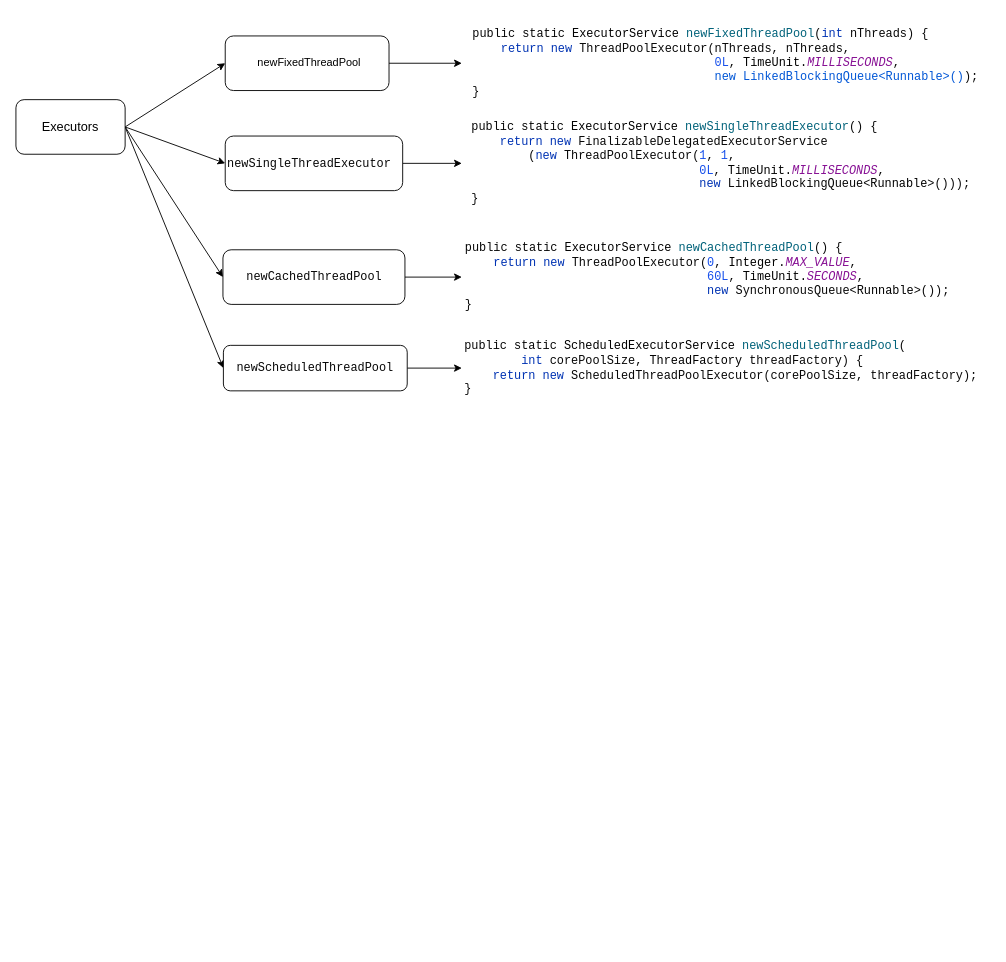
Above: Java线程池.drawio in chenxiaochuan72/draw (draw.io), before the change. Source tidied: cells renumbered, new cells numbered last; positions are measured from the earlier drawing's top-left corner, leaving out a move shared by most shapes. Both pictures are drawn from the tidied source at 91%, with x=0, y=0 at pixel (15, 17).
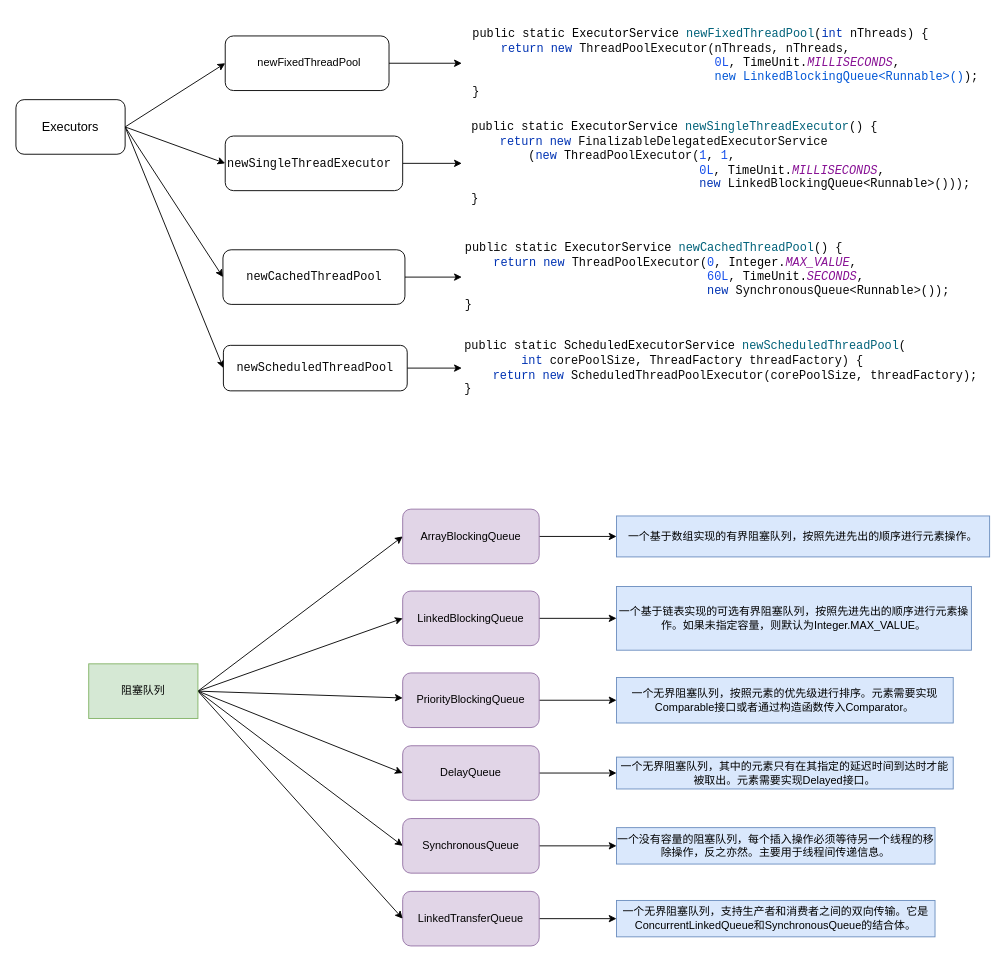
The same diagram, later.

Commit message:
更新Java线程池.drawio

The edit, as a diff of the source:
```diff
@@
+    <mxCell id="21" style="edgeStyle=orthogonalEdgeStyle;rounded=0;jettySize=auto;html=1;exitX=1;exitY=0.5;exitDx=0;exitDy=0;entryX=0;entryY=0.5;entryDx=0;entryDy=0;" parent="1" edge="1" source="22" target="40">
+      <mxGeometry relative="1" as="geometry" />
+    </mxCell>
+    <mxCell id="22" value="ArrayBlockingQueue" style="rounded=1;whiteSpace=wrap;html=1;fillColor=#e1d5e7;strokeColor=#9673a6;" parent="1" vertex="1">
+      <mxGeometry x="425" y="540" width="150" height="60" as="geometry" />
+    </mxCell>
+    <mxCell id="23" style="edgeStyle=orthogonalEdgeStyle;rounded=0;jettySize=auto;html=1;exitX=1;exitY=0.5;exitDx=0;exitDy=0;" parent="1" edge="1" source="24" target="41">
+      <mxGeometry relative="1" as="geometry" />
+    </mxCell>
+    <mxCell id="24" value="LinkedBlockingQueue" style="rounded=1;whiteSpace=wrap;html=1;fillColor=#e1d5e7;strokeColor=#9673a6;" parent="1" vertex="1">
+      <mxGeometry x="425" y="630" width="150" height="60" as="geometry" />
+    </mxCell>
+    <mxCell id="25" style="edgeStyle=orthogonalEdgeStyle;rounded=0;jettySize=auto;html=1;exitX=1;exitY=0.5;exitDx=0;exitDy=0;" parent="1" edge="1" source="26" target="42">
+      <mxGeometry relative="1" as="geometry" />
+    </mxCell>
+    <mxCell id="26" value="PriorityBlockingQueue" style="rounded=1;whiteSpace=wrap;html=1;fillColor=#e1d5e7;strokeColor=#9673a6;" parent="1" vertex="1">
+      <mxGeometry x="425" y="720" width="150" height="60" as="geometry" />
+    </mxCell>
+    <mxCell id="27" style="edgeStyle=orthogonalEdgeStyle;rounded=0;jettySize=auto;html=1;exitX=1;exitY=0.5;exitDx=0;exitDy=0;" parent="1" edge="1" source="28" target="43">
+      <mxGeometry relative="1" as="geometry" />
+    </mxCell>
+    <mxCell id="28" value="SynchronousQueue" style="rounded=1;whiteSpace=wrap;html=1;fillColor=#e1d5e7;strokeColor=#9673a6;" parent="1" vertex="1">
+      <mxGeometry x="425" y="880" width="150" height="60" as="geometry" />
+    </mxCell>
+    <mxCell id="29" style="edgeStyle=orthogonalEdgeStyle;rounded=0;jettySize=auto;html=1;exitX=1;exitY=0.5;exitDx=0;exitDy=0;" parent="1" edge="1" source="30" target="44">
+      <mxGeometry relative="1" as="geometry" />
+    </mxCell>
+    <mxCell id="30" value="DelayQueue" style="rounded=1;whiteSpace=wrap;html=1;fillColor=#e1d5e7;strokeColor=#9673a6;" parent="1" vertex="1">
+      <mxGeometry x="425" y="800" width="150" height="60" as="geometry" />
+    </mxCell>
+    <mxCell id="31" style="edgeStyle=orthogonalEdgeStyle;rounded=0;jettySize=auto;html=1;exitX=1;exitY=0.5;exitDx=0;exitDy=0;" parent="1" edge="1" source="32" target="45">
+      <mxGeometry relative="1" as="geometry" />
+    </mxCell>
+    <mxCell id="32" value="LinkedTransferQueue" style="rounded=1;whiteSpace=wrap;html=1;fillColor=#e1d5e7;strokeColor=#9673a6;" parent="1" vertex="1">
+      <mxGeometry x="425" y="960" width="150" height="60" as="geometry" />
+    </mxCell>
+    <mxCell id="33" style="rounded=0;jettySize=auto;html=1;exitX=1;exitY=0.5;exitDx=0;exitDy=0;entryX=0;entryY=0.5;entryDx=0;entryDy=0;" parent="1" edge="1" source="39" target="22">
+      <mxGeometry relative="1" as="geometry" />
+    </mxCell>
+    <mxCell id="34" style="rounded=0;jettySize=auto;html=1;exitX=1;exitY=0.5;exitDx=0;exitDy=0;entryX=0;entryY=0.5;entryDx=0;entryDy=0;" parent="1" edge="1" source="39" target="24">
+      <mxGeometry relative="1" as="geometry" />
+    </mxCell>
+    <mxCell id="35" style="rounded=0;jettySize=auto;html=1;exitX=1;exitY=0.5;exitDx=0;exitDy=0;" parent="1" edge="1" source="39" target="26">
+      <mxGeometry relative="1" as="geometry" />
+    </mxCell>
+    <mxCell id="36" style="rounded=0;jettySize=auto;html=1;exitX=1;exitY=0.5;exitDx=0;exitDy=0;entryX=0;entryY=0.5;entryDx=0;entryDy=0;" parent="1" edge="1" source="39" target="30">
+      <mxGeometry relative="1" as="geometry" />
+    </mxCell>
+    <mxCell id="37" style="rounded=0;jettySize=auto;html=1;exitX=1;exitY=0.5;exitDx=0;exitDy=0;entryX=0;entryY=0.5;entryDx=0;entryDy=0;" parent="1" edge="1" source="39" target="28">
+      <mxGeometry relative="1" as="geometry" />
+    </mxCell>
+    <mxCell id="38" style="rounded=0;jettySize=auto;html=1;exitX=1;exitY=0.5;exitDx=0;exitDy=0;entryX=0;entryY=0.5;entryDx=0;entryDy=0;" parent="1" edge="1" source="39" target="32">
+      <mxGeometry relative="1" as="geometry" />
+    </mxCell>
+    <mxCell id="39" value="阻塞队列" style="rounded=0;whiteSpace=wrap;html=1;fillColor=#d5e8d4;strokeColor=#82b366;" parent="1" vertex="1">
+      <mxGeometry x="80" y="710" width="120" height="60" as="geometry" />
+    </mxCell>
+    <mxCell id="40" value="一个基于数组实现的有界阻塞队列，按照先进先出的顺序进行元素操作。" style="text;html=1;strokeColor=#6c8ebf;fillColor=#dae8fc;align=center;verticalAlign=middle;whiteSpace=wrap;rounded=0;" parent="1" vertex="1">
+      <mxGeometry x="660" y="547.5" width="410" height="45" as="geometry" />
+    </mxCell>
+    <mxCell id="41" value="一个基于链表实现的可选有界阻塞队列，按照先进先出的顺序进行元素操作。如果未指定容量，则默认为Integer.MAX_VALUE。" style="text;html=1;strokeColor=#6c8ebf;fillColor=#dae8fc;align=center;verticalAlign=middle;whiteSpace=wrap;rounded=0;" parent="1" vertex="1">
+      <mxGeometry x="660" y="625" width="390" height="70" as="geometry" />
+    </mxCell>
+    <mxCell id="42" value="一个无界阻塞队列，按照元素的优先级进行排序。元素需要实现Comparable接口或者通过构造函数传入Comparator。" style="text;html=1;strokeColor=#6c8ebf;fillColor=#dae8fc;align=center;verticalAlign=middle;whiteSpace=wrap;rounded=0;" parent="1" vertex="1">
+      <mxGeometry x="660" y="725" width="370" height="50" as="geometry" />
+    </mxCell>
+    <mxCell id="43" value="一个没有容量的阻塞队列，每个插入操作必须等待另一个线程的移除操作，反之亦然。主要用于线程间传递信息。" style="text;html=1;strokeColor=#6c8ebf;fillColor=#dae8fc;align=center;verticalAlign=middle;whiteSpace=wrap;rounded=0;" parent="1" vertex="1">
+      <mxGeometry x="660" y="890" width="350" height="40" as="geometry" />
+    </mxCell>
+    <mxCell id="44" value="一个无界阻塞队列，其中的元素只有在其指定的延迟时间到达时才能被取出。元素需要实现Delayed接口。" style="text;html=1;strokeColor=#6c8ebf;fillColor=#dae8fc;align=center;verticalAlign=middle;whiteSpace=wrap;rounded=0;" parent="1" vertex="1">
+      <mxGeometry x="660" y="812.5" width="370" height="35" as="geometry" />
+    </mxCell>
+    <mxCell id="45" value="一个无界阻塞队列，支持生产者和消费者之间的双向传输。它是ConcurrentLinkedQueue和SynchronousQueue的结合体。" style="text;html=1;strokeColor=#6c8ebf;fillColor=#dae8fc;align=center;verticalAlign=middle;whiteSpace=wrap;rounded=0;" parent="1" vertex="1">
+      <mxGeometry x="660" y="970" width="350" height="40" as="geometry" />
+    </mxCell>
```
